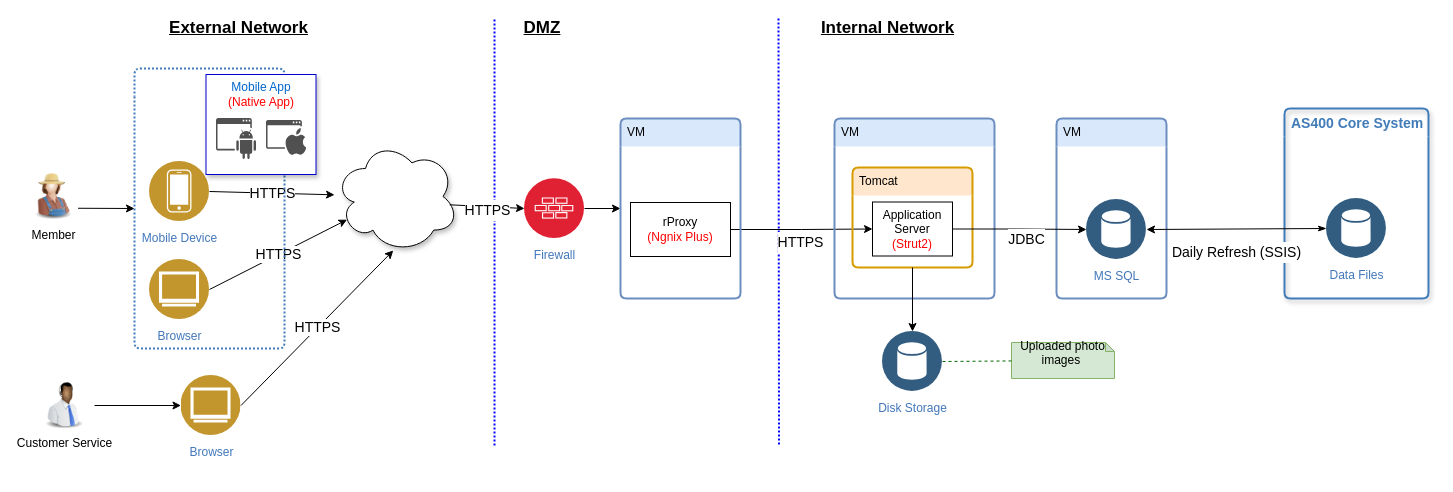
whalebig27/change-request-process-diagram keeps this draw.io diagram as page "Physical Deployment" (2 of 2) of WeCare_Architecture.drawio. Above is the earlier version. Source tidied: cells renumbered, new cells numbered last; positions are measured from the earlier drawing's top-left corner, leaving out a move shared by most shapes. Both pictures are drawn from the tidied source at 100%, with x=0, y=0 at pixel (28, 18).
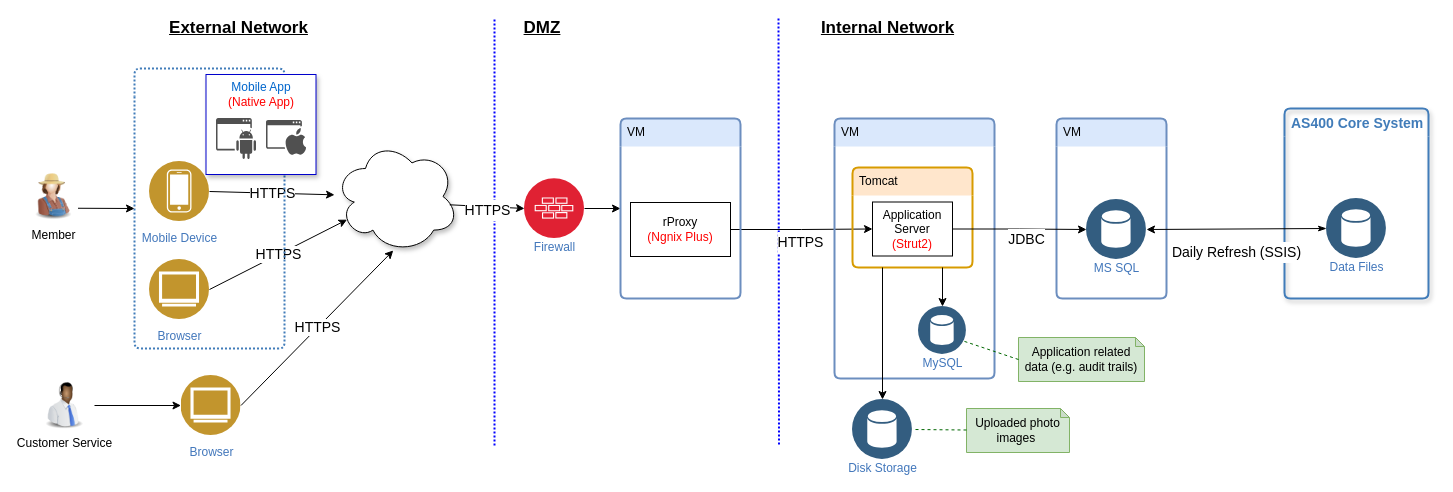
The same diagram, later.

Unchanged cells that the change refers to:
```xml
<mxCell id="6" value="&lt;b&gt;&lt;font style=&quot;font-size: 14px&quot;&gt;AS400 Core System&lt;/font&gt;&lt;/b&gt;" style="swimlane;fontStyle=0;horizontal=1;startSize=28;swimlaneLine=0;swimlaneFillColor=none;fillColor=none;rounded=1;whiteSpace=wrap;html=1;absoluteArcSize=1;arcSize=12;strokeColor=#417CB9;fontColor=#417CB9;verticalAlign=top;align=left;spacingLeft=5;dashed=0;strokeWidth=2;shadow=1;" parent="1" vertex="1">
  <mxGeometry x="1256" y="90" width="144" height="190" as="geometry" />
</mxCell>
<mxCell id="20" value="VM" style="swimlane;fontStyle=0;horizontal=1;startSize=28;swimlaneLine=0;swimlaneFillColor=none;fillColor=#dae8fc;rounded=1;whiteSpace=wrap;html=1;absoluteArcSize=1;arcSize=12;strokeColor=#6c8ebf;verticalAlign=top;align=left;spacingLeft=5;dashed=0;strokeWidth=2;shadow=0;dashPattern=1 1;" parent="1" vertex="1">
  <mxGeometry x="1028" y="100" width="110" height="180" as="geometry" />
</mxCell>
<mxCell id="29" value="Tomcat" style="swimlane;fontStyle=0;horizontal=1;startSize=28;swimlaneLine=0;swimlaneFillColor=none;fillColor=#ffe6cc;rounded=1;whiteSpace=wrap;html=1;absoluteArcSize=1;arcSize=12;strokeColor=#d79b00;verticalAlign=top;align=left;spacingLeft=5;dashed=0;strokeWidth=2;" parent="28" vertex="1">
  <mxGeometry x="18" y="49" width="120" height="100" as="geometry" />
</mxCell>
```

The edit, as a diff of the source:
```diff
@@
-    <mxCell id="7" value="Data Files" style="perimeter=ellipsePerimeter;html=1;align=center;shadow=0;dashed=0;fontColor=#4277BB;labelBackgroundColor=#ffffff;fontSize=12;spacingTop=3;image;image=img/lib/ibm/data/data_services.svg;strokeColor=#0000CC;strokeWidth=1;" parent="6" vertex="1">
+    <mxCell id="7" value="Data Files" style="perimeter=ellipsePerimeter;html=1;align=center;shadow=0;dashed=0;fontColor=#4277BB;labelBackgroundColor=#ffffff;fontSize=12;spacingTop=-5;image;image=img/lib/ibm/data/data_services.svg;strokeColor=#0000CC;strokeWidth=1;" parent="6" vertex="1">
       <mxGeometry x="42" y="90" width="60" height="60" as="geometry" />
     </mxCell>
@@
-    <mxCell id="19" value="Firewall" style="perimeter=ellipsePerimeter;html=1;align=center;shadow=0;dashed=0;fontColor=#4277BB;labelBackgroundColor=#ffffff;fontSize=12;spacingTop=3;image;image=img/lib/ibm/security/firewall.svg;dashPattern=1 1;strokeColor=#0000CC;strokeWidth=2;" parent="1" vertex="1">
+    <mxCell id="19" value="Firewall" style="perimeter=ellipsePerimeter;html=1;align=center;shadow=0;dashed=0;fontColor=#4277BB;labelBackgroundColor=#ffffff;fontSize=12;spacingTop=-5;image;image=img/lib/ibm/security/firewall.svg;dashPattern=1 1;strokeColor=#0000CC;strokeWidth=2;" parent="1" vertex="1">
       <mxGeometry x="496" y="160" width="60" height="60" as="geometry" />
     </mxCell>
@@
-    <mxCell id="21" value="MS SQL" style="perimeter=ellipsePerimeter;html=1;align=center;shadow=0;dashed=0;fontColor=#4277BB;labelBackgroundColor=#ffffff;fontSize=12;spacingTop=3;image;image=img/lib/ibm/data/data_services.svg;" parent="20" vertex="1">
+    <mxCell id="21" value="MS SQL" style="perimeter=ellipsePerimeter;html=1;align=center;shadow=0;dashed=0;fontColor=#4277BB;labelBackgroundColor=#ffffff;fontSize=12;spacingTop=-5;image;image=img/lib/ibm/data/data_services.svg;" parent="20" vertex="1">
       <mxGeometry x="30" y="81" width="60" height="60" as="geometry" />
     </mxCell>
@@
     <mxCell id="28" value="VM" style="swimlane;fontStyle=0;horizontal=1;startSize=28;swimlaneLine=0;swimlaneFillColor=none;fillColor=#dae8fc;rounded=1;whiteSpace=wrap;html=1;absoluteArcSize=1;arcSize=12;strokeColor=#6c8ebf;verticalAlign=top;align=left;spacingLeft=5;dashed=0;strokeWidth=2;shadow=0;dashPattern=1 1;" parent="1" vertex="1">
-      <mxGeometry x="806" y="100" width="160" height="180" as="geometry" />
+      <mxGeometry x="806" y="100" width="160" height="260" as="geometry" />
     </mxCell>
@@
+    <mxCell id="47" value="MySQL" style="perimeter=ellipsePerimeter;html=1;align=center;shadow=0;dashed=0;fontColor=#4277BB;labelBackgroundColor=#ffffff;fontSize=12;spacingTop=-5;image;image=img/lib/ibm/data/data_services.svg;" parent="28" vertex="1">
+      <mxGeometry x="84" y="188" width="48" height="48" as="geometry" />
+    </mxCell>
+    <mxCell id="48" style="edgeStyle=orthogonalEdgeStyle;rounded=0;jettySize=auto;html=1;exitX=0.75;exitY=1;exitDx=0;exitDy=0;" parent="28" edge="1" source="29" target="47">
+      <mxGeometry relative="1" as="geometry" />
+    </mxCell>
@@
-    <mxCell id="41" value="Disk Storage" style="perimeter=ellipsePerimeter;html=1;align=center;shadow=0;dashed=0;fontColor=#4277BB;labelBackgroundColor=#ffffff;fontSize=12;spacingTop=3;image;image=img/lib/ibm/data/data_services.svg;" parent="1" vertex="1">
-      <mxGeometry x="854" y="313" width="60" height="60" as="geometry" />
+    <mxCell id="41" value="Disk Storage" style="perimeter=ellipsePerimeter;html=1;align=center;shadow=0;dashed=0;fontColor=#4277BB;labelBackgroundColor=#ffffff;fontSize=12;spacingTop=-5;image;image=img/lib/ibm/data/data_services.svg;" parent="1" vertex="1">
+      <mxGeometry x="824" y="381" width="60" height="60" as="geometry" />
     </mxCell>
-    <mxCell id="42" style="edgeStyle=orthogonalEdgeStyle;rounded=0;jettySize=auto;html=1;exitX=0.5;exitY=1;exitDx=0;exitDy=0;entryX=0.5;entryY=0;entryDx=0;entryDy=0;" parent="1" edge="1" source="29" target="41">
+    <mxCell id="42" style="edgeStyle=orthogonalEdgeStyle;rounded=0;jettySize=auto;html=1;exitX=0.25;exitY=1;exitDx=0;exitDy=0;entryX=0.5;entryY=0;entryDx=0;entryDy=0;" parent="1" edge="1" source="29" target="41">
       <mxGeometry relative="1" as="geometry" />
     </mxCell>
-    <mxCell id="43" value="Uploaded photo images&amp;nbsp;&lt;br&gt;&lt;br&gt;" style="shape=note;whiteSpace=wrap;html=1;backgroundOutline=1;darkOpacity=0.05;size=9;fillColor=#d5e8d4;strokeColor=#82b366;" parent="1" vertex="1">
-      <mxGeometry x="983" y="324" width="103" height="36" as="geometry" />
+    <mxCell id="43" value="Uploaded photo images&amp;nbsp;&lt;br&gt;" style="shape=note;whiteSpace=wrap;html=1;backgroundOutline=1;darkOpacity=0.05;size=9;fillColor=#d5e8d4;strokeColor=#82b366;" parent="1" vertex="1">
+      <mxGeometry x="938" y="390" width="103" height="44" as="geometry" />
     </mxCell>
@@
+    <mxCell id="49" value="Application related data (e.g. audit trails)&lt;br&gt;" style="shape=note;whiteSpace=wrap;html=1;backgroundOutline=1;darkOpacity=0.05;size=9;fillColor=#d5e8d4;strokeColor=#82b366;" parent="1" vertex="1">
+      <mxGeometry x="990" y="319" width="126" height="44" as="geometry" />
+    </mxCell>
+    <mxCell id="50" style="endArrow=none;dashed=1;html=1;entryX=1;entryY=0.75;entryDx=0;entryDy=0;strokeColor=#006600;exitX=0;exitY=0.5;exitDx=0;exitDy=0;exitPerimeter=0;" parent="1" edge="1" source="49" target="47">
+      <mxGeometry relative="1" as="geometry" />
+    </mxCell>
```
